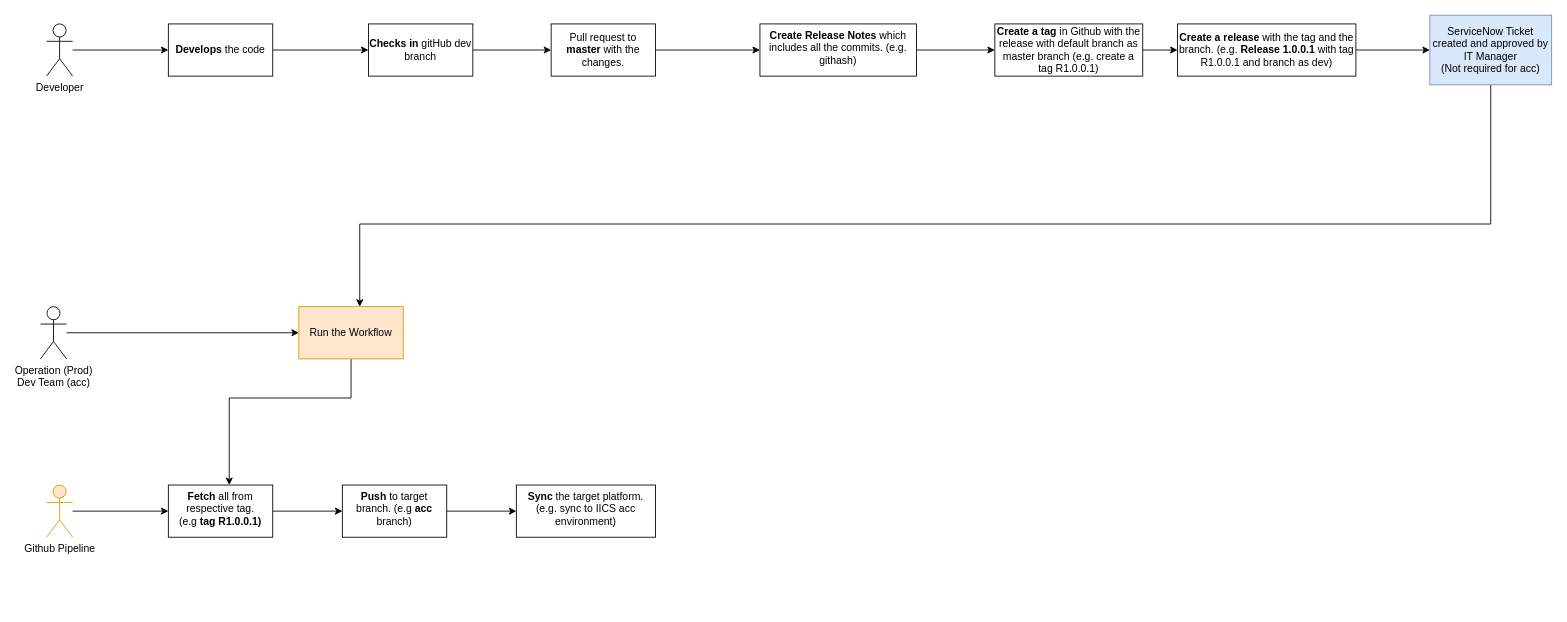
Earlier version of the draw.io diagram page "CI-CD-Workflow" (25 of 25) of OT.drawio (biswarup81/drawings). Source tidied: cells renumbered, new cells numbered last; positions are measured from the earlier drawing's top-left corner, leaving out a move shared by most shapes. Both pictures are drawn from the tidied source at 87%, with x=0, y=0 at pixel (40, 15).
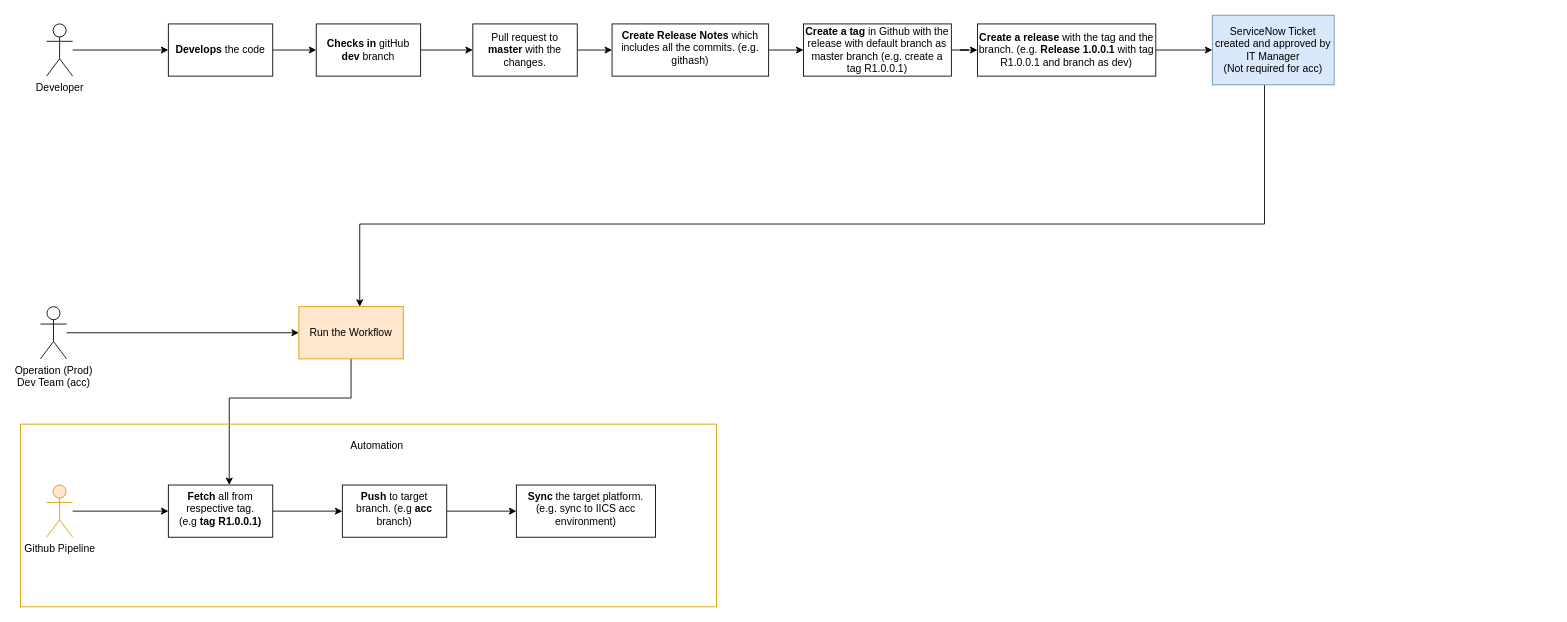
The same page after the edit.

Unchanged cells that the change refers to:
```xml
<mxCell id="9" value="Run the Workflow" style="whiteSpace=wrap;html=1;verticalAlign=middle;fillColor=#ffe6cc;strokeColor=#d79b00;" parent="1" vertex="1">
  <mxGeometry x="297" y="335" width="120" height="60" as="geometry" />
</mxCell>
```

The edit, as a diff of the source:
```diff
@@
-    <mxCell id="7" value="&lt;b&gt;Checks in&lt;/b&gt; gitHub dev branch" style="rounded=0;whiteSpace=wrap;html=1;" parent="1" vertex="1">
-      <mxGeometry x="377" y="10" width="120" height="60" as="geometry" />
+    <mxCell id="7" value="&lt;b&gt;Checks in&lt;/b&gt; gitHub &lt;b&gt;dev &lt;/b&gt;branch" style="rounded=0;whiteSpace=wrap;html=1;" parent="1" vertex="1">
+      <mxGeometry x="317" y="10" width="120" height="60" as="geometry" />
     </mxCell>
@@
     <mxCell id="11" value="&lt;b&gt;Create a tag&lt;/b&gt; in Github with the release with default branch as master branch (e.g. create a tag R1.0.0.1)" style="whiteSpace=wrap;html=1;" parent="1" vertex="1">
-      <mxGeometry x="1097" y="10" width="170" height="60" as="geometry" />
+      <mxGeometry x="877" y="10" width="170" height="60" as="geometry" />
     </mxCell>
@@
     <mxCell id="21" value="&lt;b&gt;Create Release Notes&lt;/b&gt; which includes all the commits. (e.g. githash)" style="whiteSpace=wrap;html=1;verticalAlign=top;" parent="1" vertex="1">
-      <mxGeometry x="827" y="10" width="180" height="60" as="geometry" />
+      <mxGeometry x="657" y="10" width="180" height="60" as="geometry" />
     </mxCell>
@@
     <mxCell id="23" value="&lt;b&gt;Create a release&lt;/b&gt; with the tag and the branch. (e.g. &lt;b&gt;Release 1.0.0.1&lt;/b&gt; with tag R1.0.0.1 and branch as dev)" style="whiteSpace=wrap;html=1;" parent="1" vertex="1">
-      <mxGeometry x="1307" y="10" width="205" height="60" as="geometry" />
+      <mxGeometry x="1077" y="10" width="205" height="60" as="geometry" />
     </mxCell>
@@
     <mxCell id="25" style="edgeStyle=orthogonalEdgeStyle;rounded=0;jettySize=auto;html=1;" parent="1" edge="1" source="26" target="9">
       <mxGeometry relative="1" as="geometry">
         <Array as="points">
-          <mxPoint x="1667" y="240" />
+          <mxPoint x="1407" y="240" />
           <mxPoint x="367" y="240" />
         </Array>
       </mxGeometry>
     </mxCell>
     <mxCell id="26" value="ServiceNow Ticket created and approved by IT Manager&lt;div&gt;(Not required for acc)&lt;/div&gt;" style="whiteSpace=wrap;html=1;fillColor=#dae8fc;strokeColor=#6c8ebf;" parent="1" vertex="1">
-      <mxGeometry x="1597" width="140" height="80" as="geometry" />
+      <mxGeometry x="1347" width="140" height="80" as="geometry" />
     </mxCell>
@@
+    <mxCell id="29" style="rounded=0;whiteSpace=wrap;html=1;fillColor=none;strokeColor=#d79b00;" parent="1" vertex="1">
+      <mxGeometry x="-23" y="470" width="800" height="210" as="geometry" />
+    </mxCell>
     <mxCell id="28" value="Pull request to &lt;b&gt;master &lt;/b&gt;with the changes." style="rounded=0;whiteSpace=wrap;html=1;" parent="1" vertex="1">
-      <mxGeometry x="587" y="10" width="120" height="60" as="geometry" />
+      <mxGeometry x="497" y="10" width="120" height="60" as="geometry" />
     </mxCell>
+    <mxCell id="30" value="Automation" style="text;html=1;align=center;verticalAlign=middle;whiteSpace=wrap;rounded=0;" parent="1" vertex="1">
+      <mxGeometry x="357" y="480" width="60" height="30" as="geometry" />
+    </mxCell>
```
